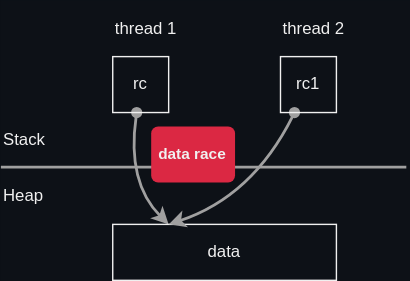
htgithub194/self-study keeps this draw.io diagram as docs/rust/memory_layout/images/rc_datarace.drawio.svg. Above is the earlier version. Source tidied: cells renumbered, new cells last; positions are measured from the earlier drawing's top-left corner, leaving out a move shared by most shapes. Source of this version:
```xml
<mxGraphModel background="#0D1117">
  <root>
    <mxCell id="0" />
    <mxCell id="1" parent="0" />
    <mxCell id="2" value="thread 1" style="text;html=1;strokeColor=none;fillColor=none;align=left;verticalAlign=middle;whiteSpace=wrap;rounded=0;fontColor=#F0F0F0;" parent="1" vertex="1">
      <mxGeometry x="80" width="80" height="40" as="geometry" />
    </mxCell>
    <mxCell id="3" style="edgeStyle=none;curved=1;html=1;entryX=0.25;entryY=0;entryDx=0;entryDy=0;strokeColor=#A0A0A0;strokeWidth=2;startArrow=oval;startFill=1;targetPerimeterSpacing=10;fontColor=#F0F0F0;" parent="1" edge="1" source="4" target="7">
      <mxGeometry relative="1" as="geometry">
        <Array as="points">
          <mxPoint x="90" y="130" />
        </Array>
      </mxGeometry>
    </mxCell>
    <mxCell id="4" value="rc" style="rounded=0;whiteSpace=wrap;html=1;flipH=1;flipV=1;fillColor=none;fontColor=#F0F0F0;strokeColor=#F0F0F0;" parent="1" vertex="1">
      <mxGeometry x="80" y="40" width="40" height="40" as="geometry" />
    </mxCell>
    <mxCell id="5" value="Stack" style="text;html=1;strokeColor=none;fillColor=none;align=left;verticalAlign=middle;whiteSpace=wrap;rounded=0;fontColor=#F0F0F0;" parent="1" vertex="1">
      <mxGeometry y="80" width="80" height="40" as="geometry" />
    </mxCell>
    <mxCell id="6" value="Heap" style="text;html=1;strokeColor=none;fillColor=none;align=left;verticalAlign=middle;whiteSpace=wrap;rounded=0;fontColor=#F0F0F0;" parent="1" vertex="1">
      <mxGeometry y="120" width="80" height="40" as="geometry" />
    </mxCell>
    <mxCell id="7" value="data" style="rounded=0;whiteSpace=wrap;html=1;flipH=1;flipV=1;fillColor=none;fontColor=#F0F0F0;strokeColor=#F0F0F0;" parent="1" vertex="1">
      <mxGeometry x="80" y="160" width="160" height="40" as="geometry" />
    </mxCell>
    <mxCell id="8" style="edgeStyle=none;curved=1;html=1;entryX=0.25;entryY=0;entryDx=0;entryDy=0;strokeColor=#A0A0A0;strokeWidth=2;startArrow=oval;startFill=1;targetPerimeterSpacing=10;fontColor=#F0F0F0;" parent="1" edge="1" source="9" target="7">
      <mxGeometry relative="1" as="geometry">
        <Array as="points">
          <mxPoint x="180" y="140" />
        </Array>
      </mxGeometry>
    </mxCell>
    <mxCell id="9" value="rc1" style="rounded=0;whiteSpace=wrap;html=1;flipH=1;flipV=1;fillColor=none;fontColor=#F0F0F0;strokeColor=#F0F0F0;" parent="1" vertex="1">
      <mxGeometry x="200" y="40" width="40" height="40" as="geometry" />
    </mxCell>
    <mxCell id="10" value="thread 2" style="text;html=1;strokeColor=none;fillColor=none;align=left;verticalAlign=middle;whiteSpace=wrap;rounded=0;fontColor=#F0F0F0;" parent="1" vertex="1">
      <mxGeometry x="200" width="80" height="40" as="geometry" />
    </mxCell>
    <mxCell id="11" style="endArrow=none;html=1;strokeColor=#A0A0A0;strokeWidth=2;" parent="1" edge="1">
      <mxGeometry relative="1" as="geometry">
        <mxPoint y="119" as="sourcePoint" />
        <mxPoint x="290" y="119" as="targetPoint" />
      </mxGeometry>
    </mxCell>
    <mxCell id="12" value="data race" style="html=1;shadow=0;dashed=0;shape=mxgraph.bootstrap.rrect;rSize=5;strokeColor=none;strokeWidth=1;fillColor=#DB2843;fontColor=#F0F0F0;whiteSpace=wrap;align=left;verticalAlign=middle;spacingLeft=0;fontStyle=1;fontSize=11;spacing=5;" parent="1" vertex="1">
      <mxGeometry x="107.5" y="90" width="60" height="40" as="geometry" />
    </mxCell>
  </root>
</mxGraphModel>
```
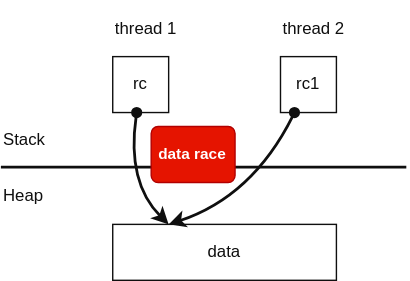
Later version of the same file.

What changed in the source:
```diff
@@ -1,49 +1,49 @@
-<mxGraphModel background="#0D1117">
+<mxGraphModel>
   <root>
     <mxCell id="0" />
     <mxCell id="1" parent="0" />
-    <mxCell id="2" value="thread 1" style="text;html=1;strokeColor=none;fillColor=none;align=left;verticalAlign=middle;whiteSpace=wrap;rounded=0;fontColor=#F0F0F0;" parent="1" vertex="1">
+    <mxCell id="2" value="thread 1" style="text;html=1;strokeColor=none;fillColor=none;align=left;verticalAlign=middle;whiteSpace=wrap;rounded=0;fontColor=light-dark(#0F0F0F,#F0F0F0);" parent="1" vertex="1">
       <mxGeometry x="80" width="80" height="40" as="geometry" />
     </mxCell>
-    <mxCell id="3" style="edgeStyle=none;curved=1;html=1;entryX=0.25;entryY=0;entryDx=0;entryDy=0;strokeColor=#A0A0A0;strokeWidth=2;startArrow=oval;startFill=1;targetPerimeterSpacing=10;fontColor=#F0F0F0;" parent="1" edge="1" source="4" target="7">
+    <mxCell id="3" style="edgeStyle=none;curved=1;html=1;entryX=0.25;entryY=0;entryDx=0;entryDy=0;strokeColor=light-dark(#0F0F0F,#F0F0F0);strokeWidth=2;startArrow=oval;startFill=1;targetPerimeterSpacing=10;fontColor=light-dark(#0F0F0F,#F0F0F0);" parent="1" edge="1" source="4" target="7">
       <mxGeometry relative="1" as="geometry">
         <Array as="points">
           <mxPoint x="90" y="130" />
         </Array>
       </mxGeometry>
     </mxCell>
-    <mxCell id="4" value="rc" style="rounded=0;whiteSpace=wrap;html=1;flipH=1;flipV=1;fillColor=none;fontColor=#F0F0F0;strokeColor=#F0F0F0;" parent="1" vertex="1">
+    <mxCell id="4" value="rc" style="rounded=0;whiteSpace=wrap;html=1;flipH=1;flipV=1;fillColor=none;fontColor=light-dark(#0F0F0F,#F0F0F0);strokeColor=light-dark(#0F0F0F,#F0F0F0);" parent="1" vertex="1">
       <mxGeometry x="80" y="40" width="40" height="40" as="geometry" />
     </mxCell>
-    <mxCell id="5" value="Stack" style="text;html=1;strokeColor=none;fillColor=none;align=left;verticalAlign=middle;whiteSpace=wrap;rounded=0;fontColor=#F0F0F0;" parent="1" vertex="1">
+    <mxCell id="5" value="Stack" style="text;html=1;strokeColor=none;fillColor=none;align=left;verticalAlign=middle;whiteSpace=wrap;rounded=0;fontColor=light-dark(#0F0F0F,#F0F0F0);" parent="1" vertex="1">
       <mxGeometry y="80" width="80" height="40" as="geometry" />
     </mxCell>
-    <mxCell id="6" value="Heap" style="text;html=1;strokeColor=none;fillColor=none;align=left;verticalAlign=middle;whiteSpace=wrap;rounded=0;fontColor=#F0F0F0;" parent="1" vertex="1">
+    <mxCell id="6" value="Heap" style="text;html=1;strokeColor=none;fillColor=none;align=left;verticalAlign=middle;whiteSpace=wrap;rounded=0;fontColor=light-dark(#0F0F0F,#F0F0F0);" parent="1" vertex="1">
       <mxGeometry y="120" width="80" height="40" as="geometry" />
     </mxCell>
-    <mxCell id="7" value="data" style="rounded=0;whiteSpace=wrap;html=1;flipH=1;flipV=1;fillColor=none;fontColor=#F0F0F0;strokeColor=#F0F0F0;" parent="1" vertex="1">
+    <mxCell id="7" value="data" style="rounded=0;whiteSpace=wrap;html=1;flipH=1;flipV=1;fillColor=none;fontColor=light-dark(#0F0F0F,#F0F0F0);strokeColor=light-dark(#0F0F0F,#F0F0F0);" parent="1" vertex="1">
       <mxGeometry x="80" y="160" width="160" height="40" as="geometry" />
     </mxCell>
-    <mxCell id="8" style="edgeStyle=none;curved=1;html=1;entryX=0.25;entryY=0;entryDx=0;entryDy=0;strokeColor=#A0A0A0;strokeWidth=2;startArrow=oval;startFill=1;targetPerimeterSpacing=10;fontColor=#F0F0F0;" parent="1" edge="1" source="9" target="7">
+    <mxCell id="8" style="edgeStyle=none;curved=1;html=1;entryX=0.25;entryY=0;entryDx=0;entryDy=0;strokeColor=light-dark(#0F0F0F,#F0F0F0);strokeWidth=2;startArrow=oval;startFill=1;targetPerimeterSpacing=10;fontColor=light-dark(#0F0F0F,#F0F0F0);" parent="1" edge="1" source="9" target="7">
       <mxGeometry relative="1" as="geometry">
         <Array as="points">
           <mxPoint x="180" y="140" />
         </Array>
       </mxGeometry>
     </mxCell>
-    <mxCell id="9" value="rc1" style="rounded=0;whiteSpace=wrap;html=1;flipH=1;flipV=1;fillColor=none;fontColor=#F0F0F0;strokeColor=#F0F0F0;" parent="1" vertex="1">
+    <mxCell id="9" value="rc1" style="rounded=0;whiteSpace=wrap;html=1;flipH=1;flipV=1;fillColor=none;fontColor=light-dark(#0F0F0F,#F0F0F0);strokeColor=light-dark(#0F0F0F,#F0F0F0);" parent="1" vertex="1">
       <mxGeometry x="200" y="40" width="40" height="40" as="geometry" />
     </mxCell>
-    <mxCell id="10" value="thread 2" style="text;html=1;strokeColor=none;fillColor=none;align=left;verticalAlign=middle;whiteSpace=wrap;rounded=0;fontColor=#F0F0F0;" parent="1" vertex="1">
+    <mxCell id="10" value="thread 2" style="text;html=1;strokeColor=none;fillColor=none;align=left;verticalAlign=middle;whiteSpace=wrap;rounded=0;fontColor=light-dark(#0F0F0F,#F0F0F0);" parent="1" vertex="1">
       <mxGeometry x="200" width="80" height="40" as="geometry" />
     </mxCell>
-    <mxCell id="11" style="endArrow=none;html=1;strokeColor=#A0A0A0;strokeWidth=2;" parent="1" edge="1">
+    <mxCell id="11" style="endArrow=none;html=1;strokeColor=light-dark(#0F0F0F,#F0F0F0);strokeWidth=2;fontColor=light-dark(#0F0F0F,#F0F0F0);" parent="1" edge="1">
       <mxGeometry relative="1" as="geometry">
         <mxPoint y="119" as="sourcePoint" />
         <mxPoint x="290" y="119" as="targetPoint" />
       </mxGeometry>
     </mxCell>
-    <mxCell id="12" value="data race" style="html=1;shadow=0;dashed=0;shape=mxgraph.bootstrap.rrect;rSize=5;strokeColor=none;strokeWidth=1;fillColor=#DB2843;fontColor=#F0F0F0;whiteSpace=wrap;align=left;verticalAlign=middle;spacingLeft=0;fontStyle=1;fontSize=11;spacing=5;" parent="1" vertex="1">
+    <mxCell id="12" value="data race" style="html=1;shadow=0;dashed=0;shape=mxgraph.bootstrap.rrect;rSize=5;strokeColor=#B20000;strokeWidth=1;fillColor=#e51400;fontColor=#ffffff;whiteSpace=wrap;align=left;verticalAlign=middle;spacingLeft=0;fontStyle=1;fontSize=11;spacing=5;" parent="1" vertex="1">
       <mxGeometry x="107.5" y="90" width="60" height="40" as="geometry" />
     </mxCell>
   </root>
```
